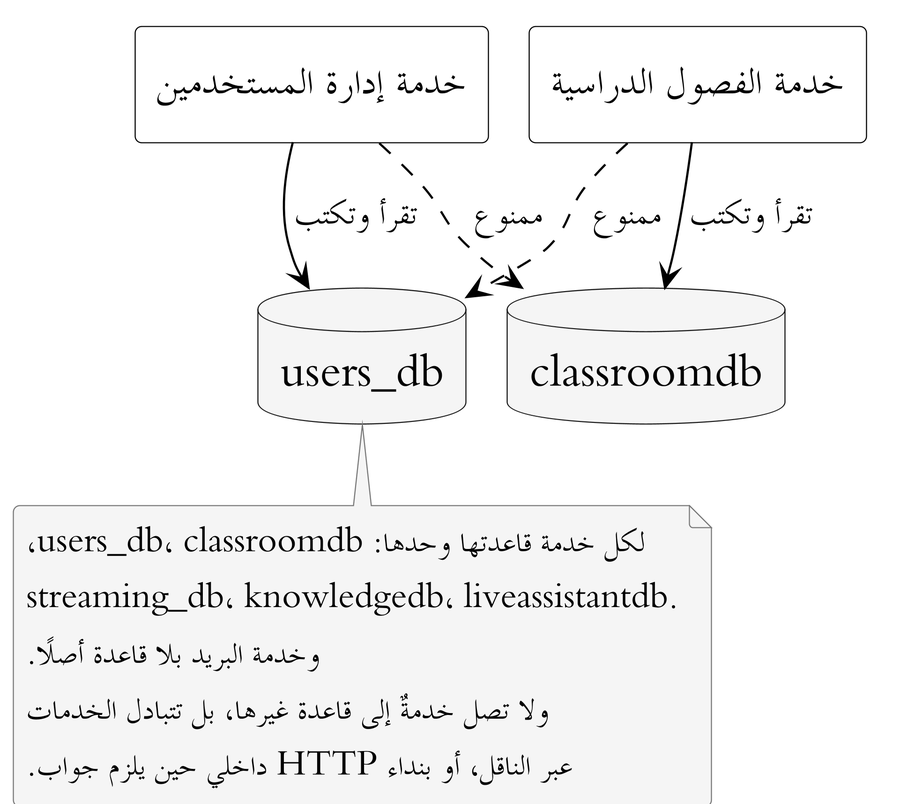
Above: docs/report/figures/pattern-01-database-per-service.png in JafarMahmood123/IntelliLect (PlantUML), before the change. Source of this version:
```plantuml
@startuml
skinparamlocked dpi 450
!include _style.puml
skinparam linetype ortho

rectangle "خدمة إدارة المستخدمين" as UMS
rectangle "خدمة الفصول الدراسية" as CS

database "users_db" as UDB
database "classroomdb" as CDB

UMS -[hidden]right- CS
UDB -[hidden]right- CDB

UMS --> UDB : تقرأ وتكتب
CS --> CDB : تقرأ وتكتب

UMS ..> CDB : ممنوع
CS ..> UDB : ممنوع

note bottom of UDB
  لكل خدمة قاعدتها وحدها: users_db، classroomdb،
  streaming_db، knowledgedb، liveassistantdb.
  وخدمة البريد بلا قاعدة أصلًا.
  ولا تصل خدمةٌ إلى قاعدة غيرها، بل تتبادل الخدمات
  عبر الناقل، أو بنداء HTTP داخلي حين يلزم جواب.
end note
@enduml
```
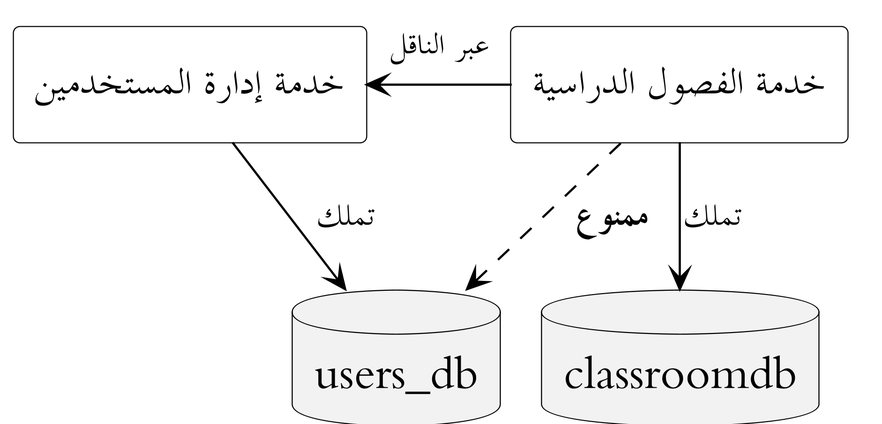
The same file after the commit.

Diff of the diagram source:
```diff
@@ -1,7 +1,7 @@
 @startuml
 skinparamlocked dpi 450
 !include _style.puml
-skinparam linetype ortho
+!include _pattern-style.puml
 
 rectangle "خدمة إدارة المستخدمين" as UMS
 rectangle "خدمة الفصول الدراسية" as CS
@@ -12,17 +12,9 @@
 UMS -[hidden]right- CS
 UDB -[hidden]right- CDB
 
-UMS --> UDB : تقرأ وتكتب
-CS --> CDB : تقرأ وتكتب
+UMS --> UDB : تملك
+CS --> CDB : تملك
 
-UMS ..> CDB : ممنوع
-CS ..> UDB : ممنوع
-
-note bottom of UDB
-  لكل خدمة قاعدتها وحدها: users_db، classroomdb،
-  streaming_db، knowledgedb، liveassistantdb.
-  وخدمة البريد بلا قاعدة أصلًا.
-  ولا تصل خدمةٌ إلى قاعدة غيرها، بل تتبادل الخدمات
-  عبر الناقل، أو بنداء HTTP داخلي حين يلزم جواب.
-end note
+CS -[dashed]-> UDB : <b>ممنوع</b>
+CS -left-> UMS : عبر الناقل
 @enduml
```
